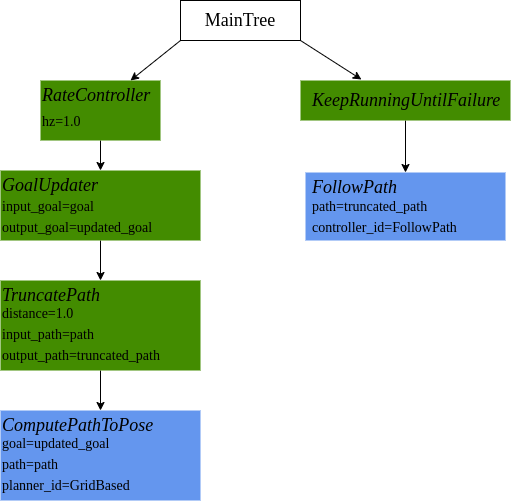
This is nav2_bt_navigator/doc/follow_point.png from ros-navigation/navigation2, a draw.io export, as it was before one commit. Source tidied: cells renumbered, new cells last; positions are measured from the earlier drawing's top-left corner, leaving out a move shared by most shapes. Source of this version:
```xml
<mxGraphModel>
  <root>
    <mxCell id="0" />
    <mxCell id="1" parent="0" />
    <mxCell id="2" style="rounded=0;jettySize=auto;html=1;exitX=0;exitY=1;exitDx=0;exitDy=0;entryX=0.75;entryY=0;entryDx=0;entryDy=0;fontFamily=Times New Roman;fontSize=18;" parent="1" edge="1" source="4" target="7">
      <mxGeometry relative="1" as="geometry" />
    </mxCell>
    <mxCell id="3" style="edgeStyle=none;rounded=0;jettySize=auto;html=1;exitX=1;exitY=1;exitDx=0;exitDy=0;entryX=0.29;entryY=-0.025;entryDx=0;entryDy=0;entryPerimeter=0;fontFamily=Garamond;fontSize=18;" parent="1" edge="1" source="4" target="22">
      <mxGeometry relative="1" as="geometry" />
    </mxCell>
    <mxCell id="4" style="rounded=0;whiteSpace=wrap;html=1;" parent="1" vertex="1">
      <mxGeometry x="180" width="120" height="40" as="geometry" />
    </mxCell>
    <mxCell id="5" value="MainTree" style="text;html=1;strokeColor=none;fillColor=none;align=center;verticalAlign=middle;whiteSpace=wrap;rounded=0;fontFamily=Times New Roman;fontSize=18;" parent="1" vertex="1">
      <mxGeometry x="220" y="10" width="40" height="20" as="geometry" />
    </mxCell>
    <mxCell id="6" style="edgeStyle=none;rounded=0;jettySize=auto;html=1;exitX=0.5;exitY=1;exitDx=0;exitDy=0;entryX=0.5;entryY=0;entryDx=0;entryDy=0;fontFamily=Garamond;fontSize=18;" parent="1" edge="1" source="7" target="15">
      <mxGeometry relative="1" as="geometry" />
    </mxCell>
    <mxCell id="7" style="rounded=0;whiteSpace=wrap;html=1;fontFamily=Garamond;fontSize=18;strokeColor=none;fillColor=#438c00;" parent="1" vertex="1">
      <mxGeometry x="40" y="80" width="120" height="60" as="geometry" />
    </mxCell>
    <mxCell id="8" value="&lt;i&gt;RateController&lt;br&gt;&lt;/i&gt;" style="text;html=1;strokeColor=none;fillColor=none;align=left;verticalAlign=middle;whiteSpace=wrap;rounded=0;fontFamily=Garamond;fontSize=18;" parent="1" vertex="1">
      <mxGeometry x="40" y="82" width="40" height="25" as="geometry" />
    </mxCell>
    <mxCell id="9" value="&lt;font style=&quot;font-size: 14px&quot;&gt;hz=1.0&lt;/font&gt;" style="text;html=1;strokeColor=none;fillColor=none;align=left;verticalAlign=middle;whiteSpace=wrap;rounded=0;fontFamily=Garamond;fontSize=18;" parent="1" vertex="1">
      <mxGeometry x="40" y="107" width="40" height="25" as="geometry" />
    </mxCell>
    <mxCell id="10" style="edgeStyle=none;rounded=0;jettySize=auto;html=1;exitX=0.5;exitY=1;exitDx=0;exitDy=0;entryX=0.5;entryY=0;entryDx=0;entryDy=0;fontFamily=Garamond;fontSize=18;" parent="1" edge="1" source="11" target="18">
      <mxGeometry relative="1" as="geometry" />
    </mxCell>
    <mxCell id="11" style="rounded=0;whiteSpace=wrap;html=1;fontFamily=Garamond;fontSize=18;strokeColor=none;fillColor=#438c00;" parent="1" vertex="1">
      <mxGeometry y="280" width="200" height="90" as="geometry" />
    </mxCell>
    <mxCell id="12" value="&lt;i&gt;TruncatePath&lt;br&gt;&lt;/i&gt;" style="text;html=1;strokeColor=none;fillColor=none;align=left;verticalAlign=middle;whiteSpace=wrap;rounded=0;fontFamily=Garamond;fontSize=18;" parent="1" vertex="1">
      <mxGeometry y="282" width="40" height="25" as="geometry" />
    </mxCell>
    <mxCell id="13" value="&lt;font style=&quot;font-size: 14px&quot;&gt;distance=1.0&lt;br&gt;input_path=path&lt;br&gt;output_path=truncated_path&lt;br&gt;&lt;/font&gt;" style="text;html=1;strokeColor=none;fillColor=none;align=left;verticalAlign=middle;whiteSpace=wrap;rounded=0;fontFamily=Garamond;fontSize=18;" parent="1" vertex="1">
      <mxGeometry y="320" width="40" height="25" as="geometry" />
    </mxCell>
    <mxCell id="14" style="edgeStyle=none;rounded=0;jettySize=auto;html=1;exitX=0.5;exitY=1;exitDx=0;exitDy=0;entryX=0.5;entryY=0;entryDx=0;entryDy=0;fontFamily=Garamond;fontSize=18;" parent="1" edge="1" source="15" target="11">
      <mxGeometry relative="1" as="geometry" />
    </mxCell>
    <mxCell id="15" style="rounded=0;whiteSpace=wrap;html=1;fontFamily=Garamond;fontSize=18;strokeColor=none;fillColor=#438c00;" parent="1" vertex="1">
      <mxGeometry y="170" width="200" height="70" as="geometry" />
    </mxCell>
    <mxCell id="16" value="&lt;i&gt;GoalUpdater&lt;br&gt;&lt;/i&gt;" style="text;html=1;strokeColor=none;fillColor=none;align=left;verticalAlign=middle;whiteSpace=wrap;rounded=0;fontFamily=Garamond;fontSize=18;" parent="1" vertex="1">
      <mxGeometry y="172" width="40" height="25" as="geometry" />
    </mxCell>
    <mxCell id="17" value="&lt;font style=&quot;font-size: 14px&quot;&gt;input_goal=goal&lt;br&gt;output_goal=updated_goal&lt;br&gt;&lt;/font&gt;" style="text;html=1;strokeColor=none;fillColor=none;align=left;verticalAlign=middle;whiteSpace=wrap;rounded=0;fontFamily=Garamond;fontSize=18;" parent="1" vertex="1">
      <mxGeometry y="202.5" width="40" height="25" as="geometry" />
    </mxCell>
    <mxCell id="18" style="rounded=0;whiteSpace=wrap;html=1;fontFamily=Garamond;fontSize=18;strokeColor=none;fillColor=#6496ee;" parent="1" vertex="1">
      <mxGeometry y="410" width="200" height="90" as="geometry" />
    </mxCell>
    <mxCell id="19" value="&lt;i&gt;ComputePathToPose&lt;br&gt;&lt;/i&gt;" style="text;html=1;strokeColor=none;fillColor=none;align=left;verticalAlign=middle;whiteSpace=wrap;rounded=0;fontFamily=Garamond;fontSize=18;" parent="1" vertex="1">
      <mxGeometry y="412" width="40" height="25" as="geometry" />
    </mxCell>
    <mxCell id="20" value="&lt;font style=&quot;font-size: 14px&quot;&gt;goal=updated_goal&lt;br&gt;path=path&lt;br&gt;planner_id=GridBased&lt;br&gt;&lt;/font&gt;" style="text;html=1;strokeColor=none;fillColor=none;align=left;verticalAlign=middle;whiteSpace=wrap;rounded=0;fontFamily=Garamond;fontSize=18;" parent="1" vertex="1">
      <mxGeometry y="450" width="40" height="25" as="geometry" />
    </mxCell>
    <mxCell id="21" style="edgeStyle=none;rounded=0;jettySize=auto;html=1;exitX=0.5;exitY=1;exitDx=0;exitDy=0;fontFamily=Garamond;fontSize=18;" parent="1" edge="1" source="22" target="24">
      <mxGeometry relative="1" as="geometry" />
    </mxCell>
    <mxCell id="22" style="rounded=0;whiteSpace=wrap;html=1;fontFamily=Garamond;fontSize=18;strokeColor=none;fillColor=#438c00;" parent="1" vertex="1">
      <mxGeometry x="300" y="80" width="210" height="40" as="geometry" />
    </mxCell>
    <mxCell id="23" value="&lt;i&gt;KeepRunningUntilFailure&lt;br&gt;&lt;/i&gt;" style="text;html=1;strokeColor=none;fillColor=none;align=left;verticalAlign=middle;whiteSpace=wrap;rounded=0;fontFamily=Garamond;fontSize=18;" parent="1" vertex="1">
      <mxGeometry x="310" y="87.5" width="40" height="25" as="geometry" />
    </mxCell>
    <mxCell id="24" style="rounded=0;whiteSpace=wrap;html=1;fontFamily=Garamond;fontSize=18;strokeColor=none;fillColor=#6496ee;" parent="1" vertex="1">
      <mxGeometry x="305" y="172" width="200" height="68" as="geometry" />
    </mxCell>
    <mxCell id="25" value="&lt;i&gt;FollowPath&lt;br&gt;&lt;/i&gt;" style="text;html=1;strokeColor=none;fillColor=none;align=left;verticalAlign=middle;whiteSpace=wrap;rounded=0;fontFamily=Garamond;fontSize=18;" parent="1" vertex="1">
      <mxGeometry x="310" y="174" width="40" height="25" as="geometry" />
    </mxCell>
    <mxCell id="26" value="&lt;font style=&quot;font-size: 14px&quot;&gt;path=truncated_path&lt;br&gt;controller_id=FollowPath&lt;br&gt;&lt;/font&gt;" style="text;html=1;strokeColor=none;fillColor=none;align=left;verticalAlign=middle;whiteSpace=wrap;rounded=0;fontFamily=Garamond;fontSize=18;" parent="1" vertex="1">
      <mxGeometry x="310" y="202.5" width="40" height="25" as="geometry" />
    </mxCell>
    <mxCell id="27" style="edgeStyle=none;rounded=0;orthogonalLoop=1;jettySize=auto;html=1;exitX=0.25;exitY=1;exitDx=0;exitDy=0;fontFamily=Garamond;fontSize=18;" parent="1" edge="1" source="26" target="26">
      <mxGeometry relative="1" as="geometry" />
    </mxCell>
  </root>
</mxGraphModel>
```
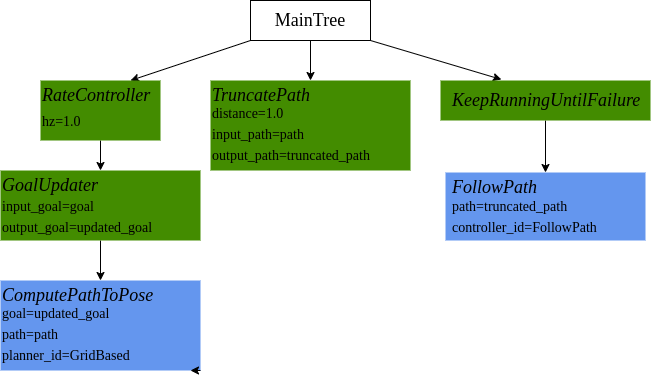
After the commit.

What changed in the source:
```diff
@@ -8,6 +8,9 @@
     <mxCell id="3" style="edgeStyle=none;rounded=0;jettySize=auto;html=1;exitX=1;exitY=1;exitDx=0;exitDy=0;entryX=0.29;entryY=-0.025;entryDx=0;entryDy=0;entryPerimeter=0;fontFamily=Garamond;fontSize=18;" parent="1" edge="1" source="4" target="22">
       <mxGeometry relative="1" as="geometry" />
     </mxCell>
+    <mxCell id="28" style="edgeStyle=orthogonalEdgeStyle;rounded=0;jettySize=auto;html=1;exitX=0.5;exitY=1;exitDx=0;exitDy=0;entryX=0.5;entryY=0;entryDx=0;entryDy=0;" parent="1" edge="1" source="4" target="11">
+      <mxGeometry relative="1" as="geometry" />
+    </mxCell>
     <mxCell id="4" style="rounded=0;whiteSpace=wrap;html=1;" parent="1" vertex="1">
       <mxGeometry x="180" width="120" height="40" as="geometry" />
     </mxCell>
@@ -18,67 +21,67 @@
       <mxGeometry relative="1" as="geometry" />
     </mxCell>
     <mxCell id="7" style="rounded=0;whiteSpace=wrap;html=1;fontFamily=Garamond;fontSize=18;strokeColor=none;fillColor=#438c00;" parent="1" vertex="1">
-      <mxGeometry x="40" y="80" width="120" height="60" as="geometry" />
+      <mxGeometry x="-30" y="80" width="120" height="60" as="geometry" />
     </mxCell>
     <mxCell id="8" value="&lt;i&gt;RateController&lt;br&gt;&lt;/i&gt;" style="text;html=1;strokeColor=none;fillColor=none;align=left;verticalAlign=middle;whiteSpace=wrap;rounded=0;fontFamily=Garamond;fontSize=18;" parent="1" vertex="1">
-      <mxGeometry x="40" y="82" width="40" height="25" as="geometry" />
+      <mxGeometry x="-30" y="82" width="40" height="25" as="geometry" />
     </mxCell>
     <mxCell id="9" value="&lt;font style=&quot;font-size: 14px&quot;&gt;hz=1.0&lt;/font&gt;" style="text;html=1;strokeColor=none;fillColor=none;align=left;verticalAlign=middle;whiteSpace=wrap;rounded=0;fontFamily=Garamond;fontSize=18;" parent="1" vertex="1">
-      <mxGeometry x="40" y="107" width="40" height="25" as="geometry" />
+      <mxGeometry x="-30" y="107" width="40" height="25" as="geometry" />
     </mxCell>
-    <mxCell id="10" style="edgeStyle=none;rounded=0;jettySize=auto;html=1;exitX=0.5;exitY=1;exitDx=0;exitDy=0;entryX=0.5;entryY=0;entryDx=0;entryDy=0;fontFamily=Garamond;fontSize=18;" parent="1" edge="1" source="11" target="18">
-      <mxGeometry relative="1" as="geometry" />
-    </mxCell>
     <mxCell id="11" style="rounded=0;whiteSpace=wrap;html=1;fontFamily=Garamond;fontSize=18;strokeColor=none;fillColor=#438c00;" parent="1" vertex="1">
-      <mxGeometry y="280" width="200" height="90" as="geometry" />
+      <mxGeometry x="140" y="80" width="200" height="90" as="geometry" />
     </mxCell>
     <mxCell id="12" value="&lt;i&gt;TruncatePath&lt;br&gt;&lt;/i&gt;" style="text;html=1;strokeColor=none;fillColor=none;align=left;verticalAlign=middle;whiteSpace=wrap;rounded=0;fontFamily=Garamond;fontSize=18;" parent="1" vertex="1">
-      <mxGeometry y="282" width="40" height="25" as="geometry" />
+      <mxGeometry x="140" y="82" width="40" height="25" as="geometry" />
     </mxCell>
     <mxCell id="13" value="&lt;font style=&quot;font-size: 14px&quot;&gt;distance=1.0&lt;br&gt;input_path=path&lt;br&gt;output_path=truncated_path&lt;br&gt;&lt;/font&gt;" style="text;html=1;strokeColor=none;fillColor=none;align=left;verticalAlign=middle;whiteSpace=wrap;rounded=0;fontFamily=Garamond;fontSize=18;" parent="1" vertex="1">
-      <mxGeometry y="320" width="40" height="25" as="geometry" />
+      <mxGeometry x="140" y="120" width="40" height="25" as="geometry" />
     </mxCell>
-    <mxCell id="14" style="edgeStyle=none;rounded=0;jettySize=auto;html=1;exitX=0.5;exitY=1;exitDx=0;exitDy=0;entryX=0.5;entryY=0;entryDx=0;entryDy=0;fontFamily=Garamond;fontSize=18;" parent="1" edge="1" source="15" target="11">
-      <mxGeometry relative="1" as="geometry" />
-    </mxCell>
+    <mxCell id="29" style="edgeStyle=orthogonalEdgeStyle;rounded=0;jettySize=auto;html=1;exitX=0.5;exitY=1;exitDx=0;exitDy=0;entryX=0.5;entryY=0;entryDx=0;entryDy=0;" parent="1" edge="1" source="15" target="18">
+      <mxGeometry relative="1" as="geometry" />
+    </mxCell>
     <mxCell id="15" style="rounded=0;whiteSpace=wrap;html=1;fontFamily=Garamond;fontSize=18;strokeColor=none;fillColor=#438c00;" parent="1" vertex="1">
-      <mxGeometry y="170" width="200" height="70" as="geometry" />
+      <mxGeometry x="-70" y="170" width="200" height="70" as="geometry" />
     </mxCell>
     <mxCell id="16" value="&lt;i&gt;GoalUpdater&lt;br&gt;&lt;/i&gt;" style="text;html=1;strokeColor=none;fillColor=none;align=left;verticalAlign=middle;whiteSpace=wrap;rounded=0;fontFamily=Garamond;fontSize=18;" parent="1" vertex="1">
-      <mxGeometry y="172" width="40" height="25" as="geometry" />
+      <mxGeometry x="-70" y="172" width="40" height="25" as="geometry" />
     </mxCell>
     <mxCell id="17" value="&lt;font style=&quot;font-size: 14px&quot;&gt;input_goal=goal&lt;br&gt;output_goal=updated_goal&lt;br&gt;&lt;/font&gt;" style="text;html=1;strokeColor=none;fillColor=none;align=left;verticalAlign=middle;whiteSpace=wrap;rounded=0;fontFamily=Garamond;fontSize=18;" parent="1" vertex="1">
-      <mxGeometry y="202.5" width="40" height="25" as="geometry" />
+      <mxGeometry x="-70" y="202.5" width="40" height="25" as="geometry" />
     </mxCell>
     <mxCell id="18" style="rounded=0;whiteSpace=wrap;html=1;fontFamily=Garamond;fontSize=18;strokeColor=none;fillColor=#6496ee;" parent="1" vertex="1">
-      <mxGeometry y="410" width="200" height="90" as="geometry" />
+      <mxGeometry x="-70" y="280" width="200" height="90" as="geometry" />
     </mxCell>
     <mxCell id="19" value="&lt;i&gt;ComputePathToPose&lt;br&gt;&lt;/i&gt;" style="text;html=1;strokeColor=none;fillColor=none;align=left;verticalAlign=middle;whiteSpace=wrap;rounded=0;fontFamily=Garamond;fontSize=18;" parent="1" vertex="1">
-      <mxGeometry y="412" width="40" height="25" as="geometry" />
+      <mxGeometry x="-70" y="282" width="40" height="25" as="geometry" />
     </mxCell>
     <mxCell id="20" value="&lt;font style=&quot;font-size: 14px&quot;&gt;goal=updated_goal&lt;br&gt;path=path&lt;br&gt;planner_id=GridBased&lt;br&gt;&lt;/font&gt;" style="text;html=1;strokeColor=none;fillColor=none;align=left;verticalAlign=middle;whiteSpace=wrap;rounded=0;fontFamily=Garamond;fontSize=18;" parent="1" vertex="1">
-      <mxGeometry y="450" width="40" height="25" as="geometry" />
+      <mxGeometry x="-70" y="320" width="40" height="25" as="geometry" />
     </mxCell>
     <mxCell id="21" style="edgeStyle=none;rounded=0;jettySize=auto;html=1;exitX=0.5;exitY=1;exitDx=0;exitDy=0;fontFamily=Garamond;fontSize=18;" parent="1" edge="1" source="22" target="24">
       <mxGeometry relative="1" as="geometry" />
     </mxCell>
     <mxCell id="22" style="rounded=0;whiteSpace=wrap;html=1;fontFamily=Garamond;fontSize=18;strokeColor=none;fillColor=#438c00;" parent="1" vertex="1">
-      <mxGeometry x="300" y="80" width="210" height="40" as="geometry" />
+      <mxGeometry x="370" y="80" width="210" height="40" as="geometry" />
     </mxCell>
     <mxCell id="23" value="&lt;i&gt;KeepRunningUntilFailure&lt;br&gt;&lt;/i&gt;" style="text;html=1;strokeColor=none;fillColor=none;align=left;verticalAlign=middle;whiteSpace=wrap;rounded=0;fontFamily=Garamond;fontSize=18;" parent="1" vertex="1">
-      <mxGeometry x="310" y="87.5" width="40" height="25" as="geometry" />
+      <mxGeometry x="380" y="87.5" width="40" height="25" as="geometry" />
     </mxCell>
     <mxCell id="24" style="rounded=0;whiteSpace=wrap;html=1;fontFamily=Garamond;fontSize=18;strokeColor=none;fillColor=#6496ee;" parent="1" vertex="1">
-      <mxGeometry x="305" y="172" width="200" height="68" as="geometry" />
+      <mxGeometry x="375" y="172" width="200" height="68" as="geometry" />
     </mxCell>
     <mxCell id="25" value="&lt;i&gt;FollowPath&lt;br&gt;&lt;/i&gt;" style="text;html=1;strokeColor=none;fillColor=none;align=left;verticalAlign=middle;whiteSpace=wrap;rounded=0;fontFamily=Garamond;fontSize=18;" parent="1" vertex="1">
-      <mxGeometry x="310" y="174" width="40" height="25" as="geometry" />
+      <mxGeometry x="380" y="174" width="40" height="25" as="geometry" />
     </mxCell>
     <mxCell id="26" value="&lt;font style=&quot;font-size: 14px&quot;&gt;path=truncated_path&lt;br&gt;controller_id=FollowPath&lt;br&gt;&lt;/font&gt;" style="text;html=1;strokeColor=none;fillColor=none;align=left;verticalAlign=middle;whiteSpace=wrap;rounded=0;fontFamily=Garamond;fontSize=18;" parent="1" vertex="1">
-      <mxGeometry x="310" y="202.5" width="40" height="25" as="geometry" />
+      <mxGeometry x="380" y="202.5" width="40" height="25" as="geometry" />
     </mxCell>
     <mxCell id="27" style="edgeStyle=none;rounded=0;orthogonalLoop=1;jettySize=auto;html=1;exitX=0.25;exitY=1;exitDx=0;exitDy=0;fontFamily=Garamond;fontSize=18;" parent="1" edge="1" source="26" target="26">
       <mxGeometry relative="1" as="geometry" />
     </mxCell>
+    <mxCell id="30" style="edgeStyle=orthogonalEdgeStyle;rounded=0;orthogonalLoop=1;jettySize=auto;html=1;exitX=1;exitY=1;exitDx=0;exitDy=0;entryX=0.95;entryY=1;entryDx=0;entryDy=0;entryPerimeter=0;" parent="1" edge="1" source="18" target="18">
+      <mxGeometry relative="1" as="geometry" />
+    </mxCell>
   </root>
 </mxGraphModel>
```
